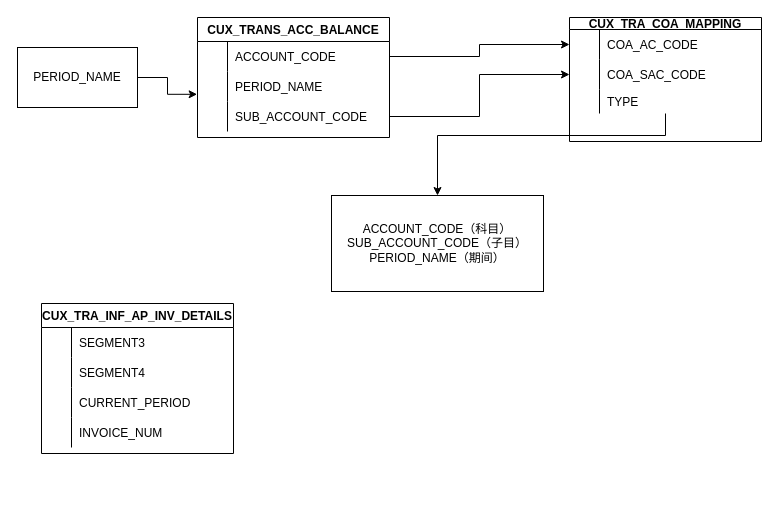
Earlier version of the draw.io diagram page "Page-2" (2 of 2) of Untitled Diagram.drawio (Alpha-chatbot/pic). Source tidied: cells renumbered, new cells numbered last; positions are measured from the earlier drawing's top-left corner, leaving out a move shared by most shapes. Both pictures are drawn from the tidied source at 100%, with x=0, y=0 at pixel (17, 17).
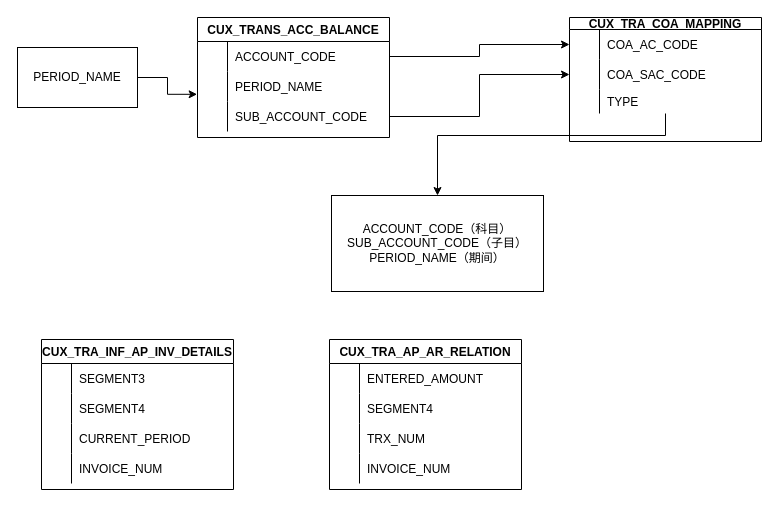
The same diagram, later.

The edit, as a diff of the source:
```diff
@@
     <mxCell id="28" value="CUX_TRA_INF_AP_INV_DETAILS" style="shape=table;startSize=24;childLayout=tableLayout;rowLines=0;fontStyle=1;align=center;" parent="1" vertex="1">
-      <mxGeometry x="24" y="286" width="192" height="150" as="geometry" />
+      <mxGeometry x="24" y="322" width="192" height="150" as="geometry" />
     </mxCell>
@@
+    <mxCell id="41" value="CUX_TRA_AP_AR_RELATION" style="shape=table;startSize=24;childLayout=tableLayout;rowLines=0;fontStyle=1;align=center;" parent="1" vertex="1">
+      <mxGeometry x="312" y="322" width="192" height="150" as="geometry" />
+    </mxCell>
+    <mxCell id="42" style="shape=tableRow;horizontal=0;startSize=0;swimlaneHead=0;swimlaneBody=0;fillColor=none;top=0;left=0;right=0;bottom=0;" parent="41" vertex="1">
+      <mxGeometry y="24" width="192" height="30" as="geometry" />
+    </mxCell>
+    <mxCell id="43" style="shape=partialRectangle;overflow=hidden;fillColor=none;top=0;left=0;bottom=0;right=0;" parent="42" vertex="1">
+      <mxGeometry width="30" height="30" as="geometry" />
+    </mxCell>
+    <mxCell id="44" value="ENTERED_AMOUNT" style="shape=partialRectangle;overflow=hidden;fillColor=none;align=left;top=0;left=0;bottom=0;right=0;spacingLeft=6;" parent="42" vertex="1">
+      <mxGeometry x="30" width="162" height="30" as="geometry" />
+    </mxCell>
+    <mxCell id="45" style="shape=tableRow;horizontal=0;startSize=0;swimlaneHead=0;swimlaneBody=0;fillColor=none;top=0;left=0;right=0;bottom=0;" parent="41" vertex="1">
+      <mxGeometry y="54" width="192" height="30" as="geometry" />
+    </mxCell>
+    <mxCell id="46" style="shape=partialRectangle;overflow=hidden;fillColor=none;top=0;left=0;bottom=0;right=0;" parent="45" vertex="1">
+      <mxGeometry width="30" height="30" as="geometry" />
+    </mxCell>
+    <mxCell id="47" value="SEGMENT4" style="shape=partialRectangle;overflow=hidden;fillColor=none;align=left;top=0;left=0;bottom=0;right=0;spacingLeft=6;" parent="45" vertex="1">
+      <mxGeometry x="30" width="162" height="30" as="geometry" />
+    </mxCell>
+    <mxCell id="48" style="shape=tableRow;horizontal=0;startSize=0;swimlaneHead=0;swimlaneBody=0;fillColor=none;top=0;left=0;right=0;bottom=0;" parent="41" vertex="1">
+      <mxGeometry y="84" width="192" height="30" as="geometry" />
+    </mxCell>
+    <mxCell id="49" style="shape=partialRectangle;overflow=hidden;fillColor=none;top=0;left=0;bottom=0;right=0;" parent="48" vertex="1">
+      <mxGeometry width="30" height="30" as="geometry" />
+    </mxCell>
+    <mxCell id="50" value="TRX_NUM" style="shape=partialRectangle;overflow=hidden;fillColor=none;align=left;top=0;left=0;bottom=0;right=0;spacingLeft=6;" parent="48" vertex="1">
+      <mxGeometry x="30" width="162" height="30" as="geometry" />
+    </mxCell>
+    <mxCell id="51" style="shape=tableRow;horizontal=0;startSize=0;swimlaneHead=0;swimlaneBody=0;fillColor=none;top=0;left=0;right=0;bottom=0;" parent="41" vertex="1">
+      <mxGeometry y="114" width="192" height="30" as="geometry" />
+    </mxCell>
+    <mxCell id="52" style="shape=partialRectangle;overflow=hidden;fillColor=none;top=0;left=0;bottom=0;right=0;" parent="51" vertex="1">
+      <mxGeometry width="30" height="30" as="geometry" />
+    </mxCell>
+    <mxCell id="53" value="INVOICE_NUM" style="shape=partialRectangle;overflow=hidden;fillColor=none;align=left;top=0;left=0;bottom=0;right=0;spacingLeft=6;" parent="51" vertex="1">
+      <mxGeometry x="30" width="162" height="30" as="geometry" />
+    </mxCell>
```
